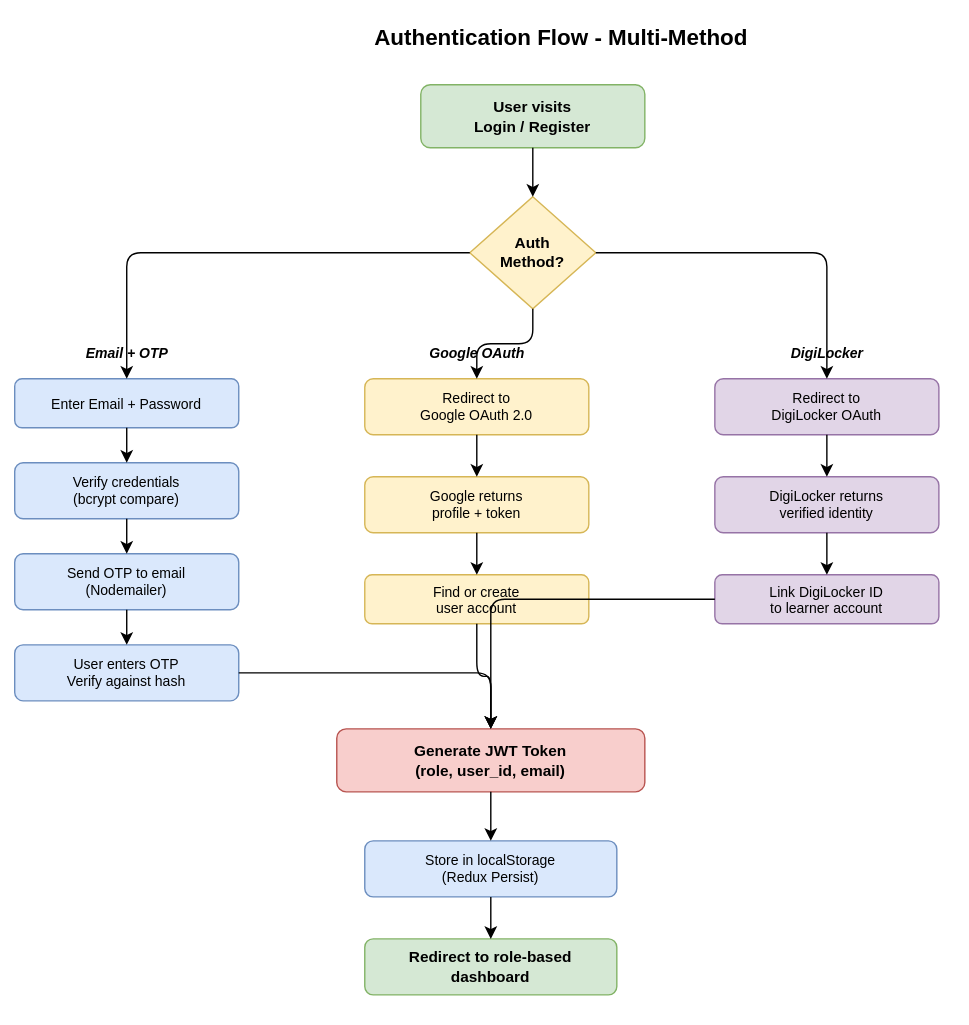
The draw.io diagram docs/report/diagrams/3.10_authentication_flow.drawio.svg in JaiminPatel345/MicroMerit-Portal, before a commit. Source tidied: cells renumbered, new cells last; positions are measured from the earlier drawing's top-left corner, leaving out a move shared by most shapes. Source of this version:
```xml
<mxGraphModel>
  <root>
    <mxCell id="0" />
    <mxCell id="1" parent="0" />
    <mxCell id="2" value="Authentication Flow - Multi-Method" style="text;html=1;fontSize=16;fontStyle=1;align=center;" parent="1" vertex="1">
      <mxGeometry x="190" width="400" height="30" as="geometry" />
    </mxCell>
    <mxCell id="3" value="User visits&lt;br&gt;Login / Register" style="rounded=1;whiteSpace=wrap;html=1;fillColor=#d5e8d4;strokeColor=#82b366;fontSize=11;fontStyle=1;" parent="1" vertex="1">
      <mxGeometry x="290" y="50" width="160" height="45" as="geometry" />
    </mxCell>
    <mxCell id="4" value="Auth&lt;br&gt;Method?" style="rhombus;whiteSpace=wrap;html=1;fillColor=#fff2cc;strokeColor=#d6b656;fontSize=11;fontStyle=1;" parent="1" vertex="1">
      <mxGeometry x="325" y="130" width="90" height="80" as="geometry" />
    </mxCell>
    <mxCell id="5" value="Enter Email + Password" style="rounded=1;whiteSpace=wrap;html=1;fillColor=#dae8fc;strokeColor=#6c8ebf;fontSize=10;" parent="1" vertex="1">
      <mxGeometry y="260" width="160" height="35" as="geometry" />
    </mxCell>
    <mxCell id="6" value="Verify credentials&lt;br&gt;(bcrypt compare)" style="rounded=1;whiteSpace=wrap;html=1;fillColor=#dae8fc;strokeColor=#6c8ebf;fontSize=10;" parent="1" vertex="1">
      <mxGeometry y="320" width="160" height="40" as="geometry" />
    </mxCell>
    <mxCell id="7" value="Send OTP to email&lt;br&gt;(Nodemailer)" style="rounded=1;whiteSpace=wrap;html=1;fillColor=#dae8fc;strokeColor=#6c8ebf;fontSize=10;" parent="1" vertex="1">
      <mxGeometry y="385" width="160" height="40" as="geometry" />
    </mxCell>
    <mxCell id="8" value="User enters OTP&lt;br&gt;Verify against hash" style="rounded=1;whiteSpace=wrap;html=1;fillColor=#dae8fc;strokeColor=#6c8ebf;fontSize=10;" parent="1" vertex="1">
      <mxGeometry y="450" width="160" height="40" as="geometry" />
    </mxCell>
    <mxCell id="9" value="Redirect to&lt;br&gt;Google OAuth 2.0" style="rounded=1;whiteSpace=wrap;html=1;fillColor=#fff2cc;strokeColor=#d6b656;fontSize=10;" parent="1" vertex="1">
      <mxGeometry x="250" y="260" width="160" height="40" as="geometry" />
    </mxCell>
    <mxCell id="10" value="Google returns&lt;br&gt;profile + token" style="rounded=1;whiteSpace=wrap;html=1;fillColor=#fff2cc;strokeColor=#d6b656;fontSize=10;" parent="1" vertex="1">
      <mxGeometry x="250" y="330" width="160" height="40" as="geometry" />
    </mxCell>
    <mxCell id="11" value="Find or create&lt;br&gt;user account" style="rounded=1;whiteSpace=wrap;html=1;fillColor=#fff2cc;strokeColor=#d6b656;fontSize=10;" parent="1" vertex="1">
      <mxGeometry x="250" y="400" width="160" height="35" as="geometry" />
    </mxCell>
    <mxCell id="12" value="Redirect to&lt;br&gt;DigiLocker OAuth" style="rounded=1;whiteSpace=wrap;html=1;fillColor=#e1d5e7;strokeColor=#9673a6;fontSize=10;" parent="1" vertex="1">
      <mxGeometry x="500" y="260" width="160" height="40" as="geometry" />
    </mxCell>
    <mxCell id="13" value="DigiLocker returns&lt;br&gt;verified identity" style="rounded=1;whiteSpace=wrap;html=1;fillColor=#e1d5e7;strokeColor=#9673a6;fontSize=10;" parent="1" vertex="1">
      <mxGeometry x="500" y="330" width="160" height="40" as="geometry" />
    </mxCell>
    <mxCell id="14" value="Link DigiLocker ID&lt;br&gt;to learner account" style="rounded=1;whiteSpace=wrap;html=1;fillColor=#e1d5e7;strokeColor=#9673a6;fontSize=10;" parent="1" vertex="1">
      <mxGeometry x="500" y="400" width="160" height="35" as="geometry" />
    </mxCell>
    <mxCell id="15" value="Generate JWT Token&lt;br&gt;(role, user_id, email)" style="rounded=1;whiteSpace=wrap;html=1;fillColor=#f8cecc;strokeColor=#b85450;fontSize=11;fontStyle=1;" parent="1" vertex="1">
      <mxGeometry x="230" y="510" width="220" height="45" as="geometry" />
    </mxCell>
    <mxCell id="16" value="Store in localStorage&lt;br&gt;(Redux Persist)" style="rounded=1;whiteSpace=wrap;html=1;fillColor=#dae8fc;strokeColor=#6c8ebf;fontSize=10;" parent="1" vertex="1">
      <mxGeometry x="250" y="590" width="180" height="40" as="geometry" />
    </mxCell>
    <mxCell id="17" value="Redirect to role-based&lt;br&gt;dashboard" style="rounded=1;whiteSpace=wrap;html=1;fillColor=#d5e8d4;strokeColor=#82b366;fontSize=11;fontStyle=1;" parent="1" vertex="1">
      <mxGeometry x="250" y="660" width="180" height="40" as="geometry" />
    </mxCell>
    <mxCell id="18" value="Email + OTP" style="text;html=1;fontSize=10;fontStyle=3;align=center;" parent="1" vertex="1">
      <mxGeometry x="30" y="230" width="100" height="20" as="geometry" />
    </mxCell>
    <mxCell id="19" value="Google OAuth" style="text;html=1;fontSize=10;fontStyle=3;align=center;" parent="1" vertex="1">
      <mxGeometry x="280" y="230" width="100" height="20" as="geometry" />
    </mxCell>
    <mxCell id="20" value="DigiLocker" style="text;html=1;fontSize=10;fontStyle=3;align=center;" parent="1" vertex="1">
      <mxGeometry x="530" y="230" width="100" height="20" as="geometry" />
    </mxCell>
    <mxCell id="21" style="edgeStyle=orthogonalEdgeStyle;rounded=1;" parent="1" edge="1" source="3" target="4">
      <mxGeometry relative="1" as="geometry" />
    </mxCell>
    <mxCell id="22" style="edgeStyle=orthogonalEdgeStyle;rounded=1;exitX=0;exitY=0.5;exitDx=0;exitDy=0;" parent="1" edge="1" source="4" target="5">
      <mxGeometry relative="1" as="geometry" />
    </mxCell>
    <mxCell id="23" style="edgeStyle=orthogonalEdgeStyle;rounded=1;exitX=0.5;exitY=1;exitDx=0;exitDy=0;" parent="1" edge="1" source="4" target="9">
      <mxGeometry relative="1" as="geometry" />
    </mxCell>
    <mxCell id="24" style="edgeStyle=orthogonalEdgeStyle;rounded=1;exitX=1;exitY=0.5;exitDx=0;exitDy=0;" parent="1" edge="1" source="4" target="12">
      <mxGeometry relative="1" as="geometry" />
    </mxCell>
    <mxCell id="25" style="edgeStyle=orthogonalEdgeStyle;rounded=1;" parent="1" edge="1" source="5" target="6">
      <mxGeometry relative="1" as="geometry" />
    </mxCell>
    <mxCell id="26" style="edgeStyle=orthogonalEdgeStyle;rounded=1;" parent="1" edge="1" source="6" target="7">
      <mxGeometry relative="1" as="geometry" />
    </mxCell>
    <mxCell id="27" style="edgeStyle=orthogonalEdgeStyle;rounded=1;" parent="1" edge="1" source="7" target="8">
      <mxGeometry relative="1" as="geometry" />
    </mxCell>
    <mxCell id="28" style="edgeStyle=orthogonalEdgeStyle;rounded=1;" parent="1" edge="1" source="8" target="15">
      <mxGeometry relative="1" as="geometry" />
    </mxCell>
    <mxCell id="29" style="edgeStyle=orthogonalEdgeStyle;rounded=1;" parent="1" edge="1" source="9" target="10">
      <mxGeometry relative="1" as="geometry" />
    </mxCell>
    <mxCell id="30" style="edgeStyle=orthogonalEdgeStyle;rounded=1;" parent="1" edge="1" source="10" target="11">
      <mxGeometry relative="1" as="geometry" />
    </mxCell>
    <mxCell id="31" style="edgeStyle=orthogonalEdgeStyle;rounded=1;" parent="1" edge="1" source="11" target="15">
      <mxGeometry relative="1" as="geometry" />
    </mxCell>
    <mxCell id="32" style="edgeStyle=orthogonalEdgeStyle;rounded=1;" parent="1" edge="1" source="12" target="13">
      <mxGeometry relative="1" as="geometry" />
    </mxCell>
    <mxCell id="33" style="edgeStyle=orthogonalEdgeStyle;rounded=1;" parent="1" edge="1" source="13" target="14">
      <mxGeometry relative="1" as="geometry" />
    </mxCell>
    <mxCell id="34" style="edgeStyle=orthogonalEdgeStyle;rounded=1;" parent="1" edge="1" source="14" target="15">
      <mxGeometry relative="1" as="geometry" />
    </mxCell>
    <mxCell id="35" style="edgeStyle=orthogonalEdgeStyle;rounded=1;" parent="1" edge="1" source="15" target="16">
      <mxGeometry relative="1" as="geometry" />
    </mxCell>
    <mxCell id="36" style="edgeStyle=orthogonalEdgeStyle;rounded=1;" parent="1" edge="1" source="16" target="17">
      <mxGeometry relative="1" as="geometry" />
    </mxCell>
  </root>
</mxGraphModel>
```
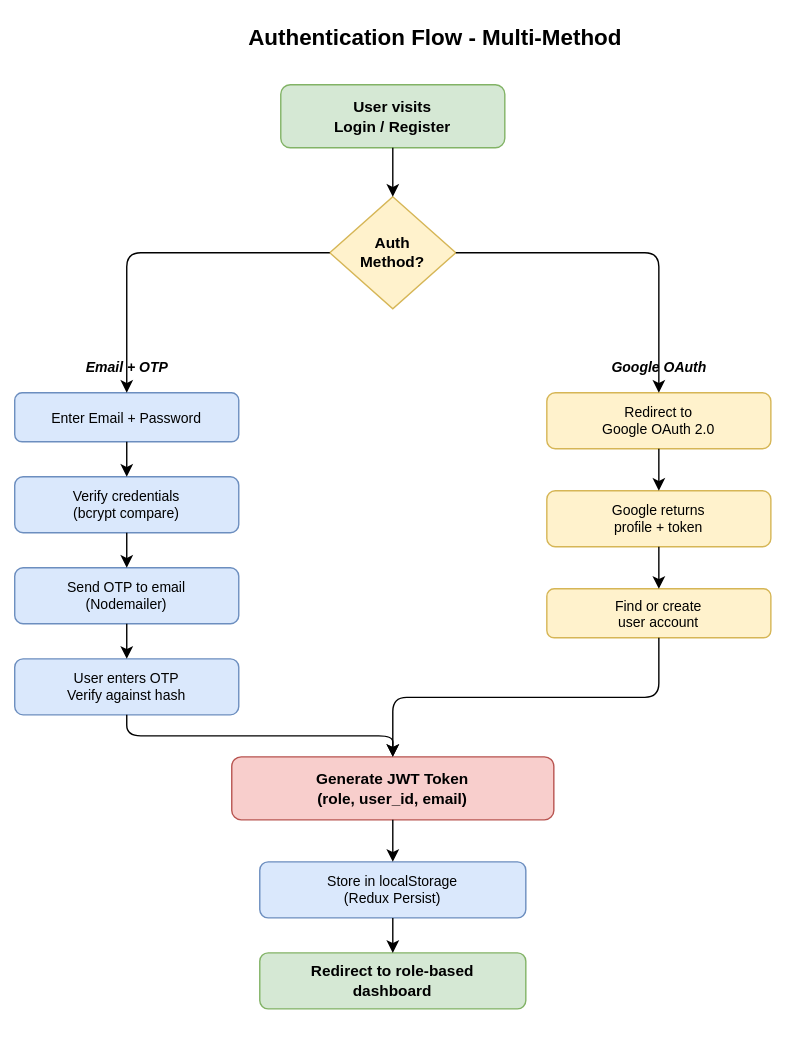
After the commit.

Change to the diagram source:
```diff
@@ -3,74 +3,59 @@
     <mxCell id="0" />
     <mxCell id="1" parent="0" />
     <mxCell id="2" value="Authentication Flow - Multi-Method" style="text;html=1;fontSize=16;fontStyle=1;align=center;" parent="1" vertex="1">
-      <mxGeometry x="190" width="400" height="30" as="geometry" />
+      <mxGeometry x="140" width="360" height="30" as="geometry" />
     </mxCell>
     <mxCell id="3" value="User visits&lt;br&gt;Login / Register" style="rounded=1;whiteSpace=wrap;html=1;fillColor=#d5e8d4;strokeColor=#82b366;fontSize=11;fontStyle=1;" parent="1" vertex="1">
-      <mxGeometry x="290" y="50" width="160" height="45" as="geometry" />
+      <mxGeometry x="210" y="50" width="160" height="45" as="geometry" />
     </mxCell>
     <mxCell id="4" value="Auth&lt;br&gt;Method?" style="rhombus;whiteSpace=wrap;html=1;fillColor=#fff2cc;strokeColor=#d6b656;fontSize=11;fontStyle=1;" parent="1" vertex="1">
-      <mxGeometry x="325" y="130" width="90" height="80" as="geometry" />
+      <mxGeometry x="245" y="130" width="90" height="80" as="geometry" />
     </mxCell>
     <mxCell id="5" value="Enter Email + Password" style="rounded=1;whiteSpace=wrap;html=1;fillColor=#dae8fc;strokeColor=#6c8ebf;fontSize=10;" parent="1" vertex="1">
-      <mxGeometry y="260" width="160" height="35" as="geometry" />
+      <mxGeometry x="20" y="270" width="160" height="35" as="geometry" />
     </mxCell>
     <mxCell id="6" value="Verify credentials&lt;br&gt;(bcrypt compare)" style="rounded=1;whiteSpace=wrap;html=1;fillColor=#dae8fc;strokeColor=#6c8ebf;fontSize=10;" parent="1" vertex="1">
-      <mxGeometry y="320" width="160" height="40" as="geometry" />
+      <mxGeometry x="20" y="330" width="160" height="40" as="geometry" />
     </mxCell>
     <mxCell id="7" value="Send OTP to email&lt;br&gt;(Nodemailer)" style="rounded=1;whiteSpace=wrap;html=1;fillColor=#dae8fc;strokeColor=#6c8ebf;fontSize=10;" parent="1" vertex="1">
-      <mxGeometry y="385" width="160" height="40" as="geometry" />
+      <mxGeometry x="20" y="395" width="160" height="40" as="geometry" />
     </mxCell>
     <mxCell id="8" value="User enters OTP&lt;br&gt;Verify against hash" style="rounded=1;whiteSpace=wrap;html=1;fillColor=#dae8fc;strokeColor=#6c8ebf;fontSize=10;" parent="1" vertex="1">
-      <mxGeometry y="450" width="160" height="40" as="geometry" />
+      <mxGeometry x="20" y="460" width="160" height="40" as="geometry" />
     </mxCell>
     <mxCell id="9" value="Redirect to&lt;br&gt;Google OAuth 2.0" style="rounded=1;whiteSpace=wrap;html=1;fillColor=#fff2cc;strokeColor=#d6b656;fontSize=10;" parent="1" vertex="1">
-      <mxGeometry x="250" y="260" width="160" height="40" as="geometry" />
+      <mxGeometry x="400" y="270" width="160" height="40" as="geometry" />
     </mxCell>
     <mxCell id="10" value="Google returns&lt;br&gt;profile + token" style="rounded=1;whiteSpace=wrap;html=1;fillColor=#fff2cc;strokeColor=#d6b656;fontSize=10;" parent="1" vertex="1">
-      <mxGeometry x="250" y="330" width="160" height="40" as="geometry" />
+      <mxGeometry x="400" y="340" width="160" height="40" as="geometry" />
     </mxCell>
     <mxCell id="11" value="Find or create&lt;br&gt;user account" style="rounded=1;whiteSpace=wrap;html=1;fillColor=#fff2cc;strokeColor=#d6b656;fontSize=10;" parent="1" vertex="1">
-      <mxGeometry x="250" y="400" width="160" height="35" as="geometry" />
+      <mxGeometry x="400" y="410" width="160" height="35" as="geometry" />
     </mxCell>
-    <mxCell id="12" value="Redirect to&lt;br&gt;DigiLocker OAuth" style="rounded=1;whiteSpace=wrap;html=1;fillColor=#e1d5e7;strokeColor=#9673a6;fontSize=10;" parent="1" vertex="1">
-      <mxGeometry x="500" y="260" width="160" height="40" as="geometry" />
-    </mxCell>
-    <mxCell id="13" value="DigiLocker returns&lt;br&gt;verified identity" style="rounded=1;whiteSpace=wrap;html=1;fillColor=#e1d5e7;strokeColor=#9673a6;fontSize=10;" parent="1" vertex="1">
-      <mxGeometry x="500" y="330" width="160" height="40" as="geometry" />
-    </mxCell>
-    <mxCell id="14" value="Link DigiLocker ID&lt;br&gt;to learner account" style="rounded=1;whiteSpace=wrap;html=1;fillColor=#e1d5e7;strokeColor=#9673a6;fontSize=10;" parent="1" vertex="1">
-      <mxGeometry x="500" y="400" width="160" height="35" as="geometry" />
-    </mxCell>
+    <mxCell id="18" value="Email + OTP" style="text;html=1;fontSize=10;fontStyle=3;align=center;" parent="1" vertex="1">
+      <mxGeometry x="50" y="240" width="100" height="20" as="geometry" />
+    </mxCell>
+    <mxCell id="19" value="Google OAuth" style="text;html=1;fontSize=10;fontStyle=3;align=center;" parent="1" vertex="1">
+      <mxGeometry x="430" y="240" width="100" height="20" as="geometry" />
+    </mxCell>
     <mxCell id="15" value="Generate JWT Token&lt;br&gt;(role, user_id, email)" style="rounded=1;whiteSpace=wrap;html=1;fillColor=#f8cecc;strokeColor=#b85450;fontSize=11;fontStyle=1;" parent="1" vertex="1">
-      <mxGeometry x="230" y="510" width="220" height="45" as="geometry" />
+      <mxGeometry x="175" y="530" width="230" height="45" as="geometry" />
     </mxCell>
     <mxCell id="16" value="Store in localStorage&lt;br&gt;(Redux Persist)" style="rounded=1;whiteSpace=wrap;html=1;fillColor=#dae8fc;strokeColor=#6c8ebf;fontSize=10;" parent="1" vertex="1">
-      <mxGeometry x="250" y="590" width="180" height="40" as="geometry" />
+      <mxGeometry x="195" y="605" width="190" height="40" as="geometry" />
     </mxCell>
     <mxCell id="17" value="Redirect to role-based&lt;br&gt;dashboard" style="rounded=1;whiteSpace=wrap;html=1;fillColor=#d5e8d4;strokeColor=#82b366;fontSize=11;fontStyle=1;" parent="1" vertex="1">
-      <mxGeometry x="250" y="660" width="180" height="40" as="geometry" />
+      <mxGeometry x="195" y="670" width="190" height="40" as="geometry" />
     </mxCell>
-    <mxCell id="18" value="Email + OTP" style="text;html=1;fontSize=10;fontStyle=3;align=center;" parent="1" vertex="1">
-      <mxGeometry x="30" y="230" width="100" height="20" as="geometry" />
-    </mxCell>
-    <mxCell id="19" value="Google OAuth" style="text;html=1;fontSize=10;fontStyle=3;align=center;" parent="1" vertex="1">
-      <mxGeometry x="280" y="230" width="100" height="20" as="geometry" />
-    </mxCell>
-    <mxCell id="20" value="DigiLocker" style="text;html=1;fontSize=10;fontStyle=3;align=center;" parent="1" vertex="1">
-      <mxGeometry x="530" y="230" width="100" height="20" as="geometry" />
-    </mxCell>
     <mxCell id="21" style="edgeStyle=orthogonalEdgeStyle;rounded=1;" parent="1" edge="1" source="3" target="4">
       <mxGeometry relative="1" as="geometry" />
     </mxCell>
     <mxCell id="22" style="edgeStyle=orthogonalEdgeStyle;rounded=1;exitX=0;exitY=0.5;exitDx=0;exitDy=0;" parent="1" edge="1" source="4" target="5">
       <mxGeometry relative="1" as="geometry" />
     </mxCell>
-    <mxCell id="23" style="edgeStyle=orthogonalEdgeStyle;rounded=1;exitX=0.5;exitY=1;exitDx=0;exitDy=0;" parent="1" edge="1" source="4" target="9">
+    <mxCell id="23" style="edgeStyle=orthogonalEdgeStyle;rounded=1;exitX=1;exitY=0.5;exitDx=0;exitDy=0;" parent="1" edge="1" source="4" target="9">
       <mxGeometry relative="1" as="geometry" />
     </mxCell>
-    <mxCell id="24" style="edgeStyle=orthogonalEdgeStyle;rounded=1;exitX=1;exitY=0.5;exitDx=0;exitDy=0;" parent="1" edge="1" source="4" target="12">
-      <mxGeometry relative="1" as="geometry" />
-    </mxCell>
     <mxCell id="25" style="edgeStyle=orthogonalEdgeStyle;rounded=1;" parent="1" edge="1" source="5" target="6">
       <mxGeometry relative="1" as="geometry" />
     </mxCell>
@@ -92,15 +77,6 @@
     <mxCell id="31" style="edgeStyle=orthogonalEdgeStyle;rounded=1;" parent="1" edge="1" source="11" target="15">
       <mxGeometry relative="1" as="geometry" />
     </mxCell>
-    <mxCell id="32" style="edgeStyle=orthogonalEdgeStyle;rounded=1;" parent="1" edge="1" source="12" target="13">
-      <mxGeometry relative="1" as="geometry" />
-    </mxCell>
-    <mxCell id="33" style="edgeStyle=orthogonalEdgeStyle;rounded=1;" parent="1" edge="1" source="13" target="14">
-      <mxGeometry relative="1" as="geometry" />
-    </mxCell>
-    <mxCell id="34" style="edgeStyle=orthogonalEdgeStyle;rounded=1;" parent="1" edge="1" source="14" target="15">
-      <mxGeometry relative="1" as="geometry" />
-    </mxCell>
     <mxCell id="35" style="edgeStyle=orthogonalEdgeStyle;rounded=1;" parent="1" edge="1" source="15" target="16">
       <mxGeometry relative="1" as="geometry" />
     </mxCell>
```
